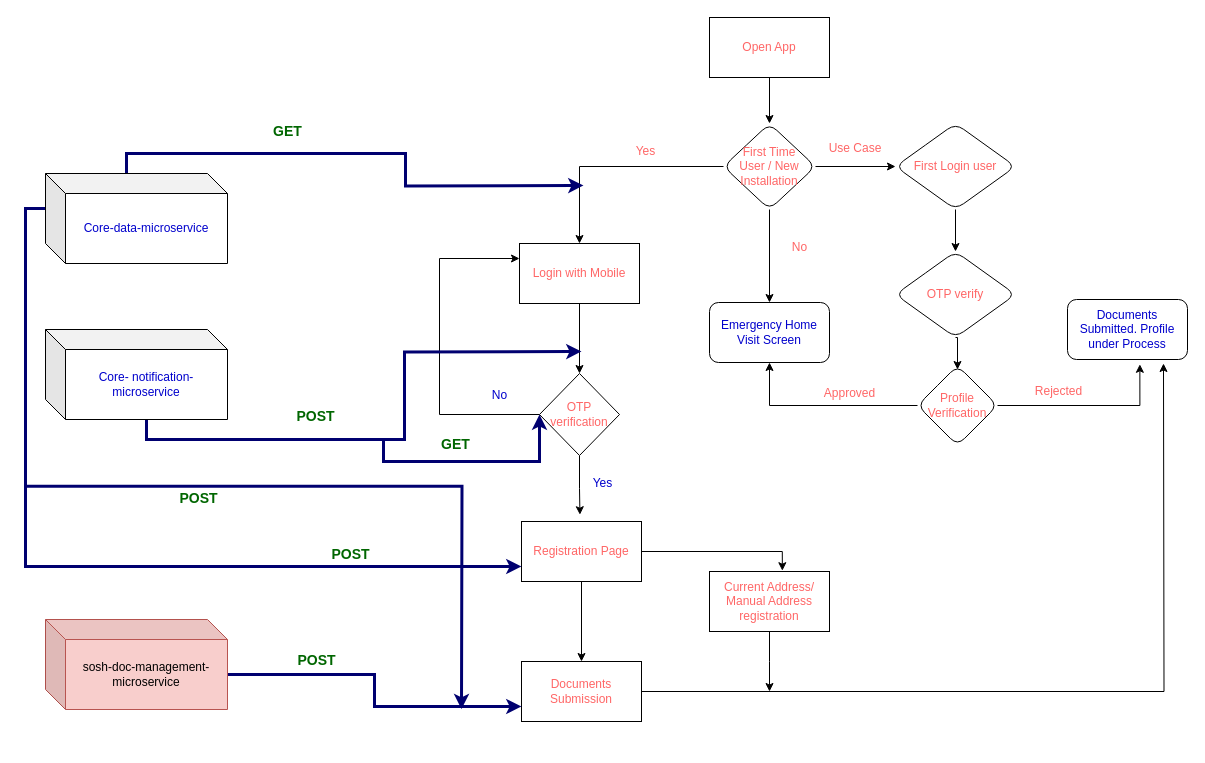
Before: page "Registration-Service-Provider" (2 of 2) of HLS.-Design.drawio in CrossDimension-LLP/sosh-HLS-designs, a draw.io diagram. Source tidied: cells renumbered, new cells numbered last; positions are measured from the earlier drawing's top-left corner, leaving out a move shared by most shapes. Both pictures are drawn from the tidied source at 100%, with x=0, y=0 at pixel (45, 17).
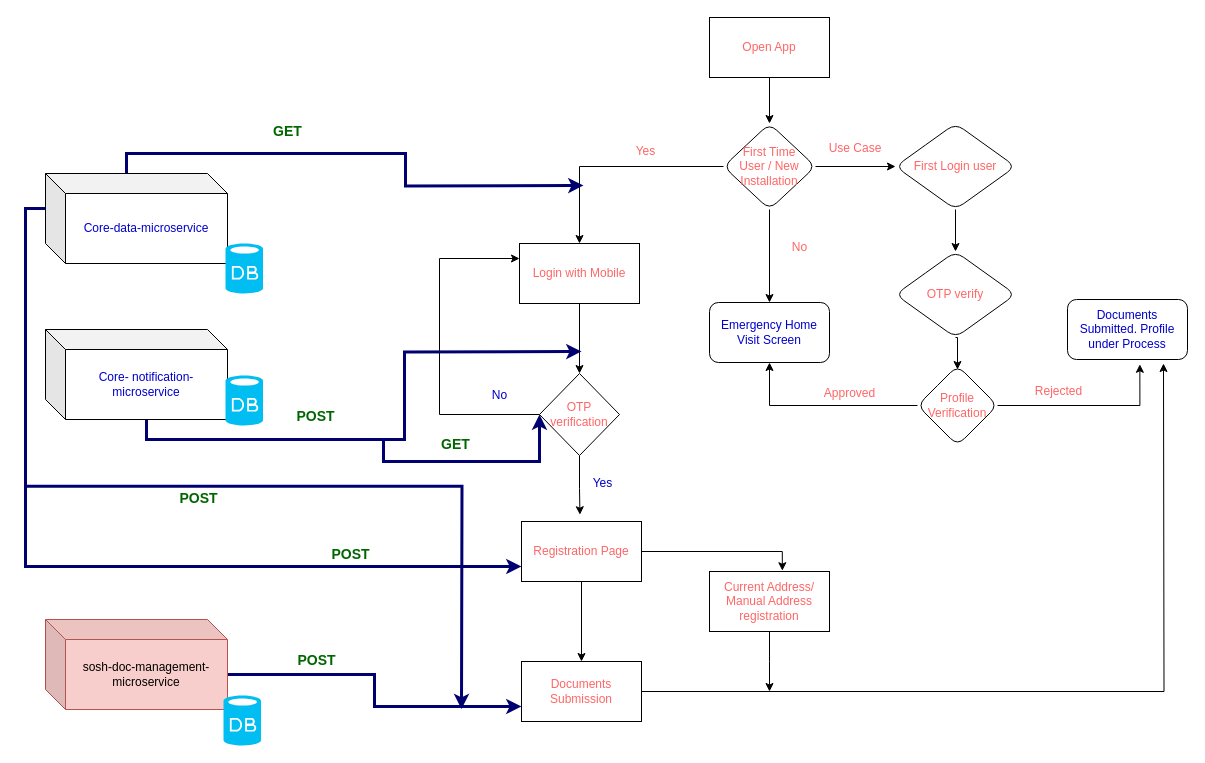
After the change.

Change to the diagram source:
```diff
@@
+    <mxCell id="51" style="verticalLabelPosition=bottom;html=1;verticalAlign=top;align=center;strokeColor=none;fillColor=#00BEF2;shape=mxgraph.azure.database;" parent="1" vertex="1">
+      <mxGeometry x="180" y="226" width="37.5" height="50" as="geometry" />
+    </mxCell>
+    <mxCell id="52" style="verticalLabelPosition=bottom;html=1;verticalAlign=top;align=center;strokeColor=none;fillColor=#00BEF2;shape=mxgraph.azure.database;" parent="1" vertex="1">
+      <mxGeometry x="180" y="358" width="37.5" height="50" as="geometry" />
+    </mxCell>
+    <mxCell id="53" style="verticalLabelPosition=bottom;html=1;verticalAlign=top;align=center;strokeColor=none;fillColor=#00BEF2;shape=mxgraph.azure.database;" parent="1" vertex="1">
+      <mxGeometry x="178" y="678" width="37.5" height="50" as="geometry" />
+    </mxCell>
```
